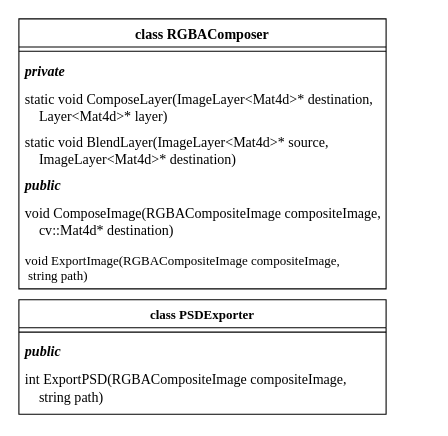
SpatiumOwl/ComplexSky-2.0 keeps this draw.io diagram as page "Exporters" (7 of 8) of Docs/Class diagrams.drawio. Above is the earlier version. Source tidied: cells renumbered, new cells numbered last; positions are measured from the earlier drawing's top-left corner, leaving out a move shared by most shapes. Both pictures are drawn from the tidied source at 108%, with x=0, y=0 at pixel (18, 18).
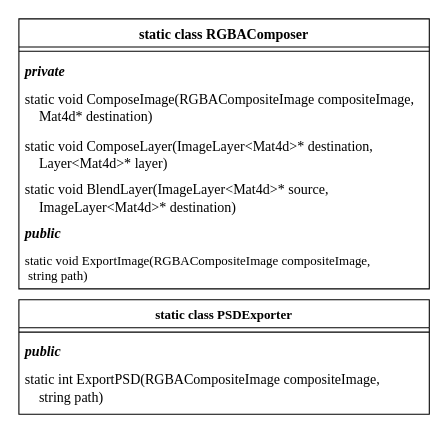
After the change.

Diff of the diagram source:
```diff
@@
 <mxGraphModel>
   <root>
     <mxCell id="0" />
     <mxCell id="1" parent="0" />
-    <mxCell id="2" value="class RGBAComposer" style="swimlane;fontStyle=1;align=center;verticalAlign=top;horizontal=1;startSize=26;fontFamily=Times New Roman;fontSize=13;" parent="1" vertex="1">
-      <mxGeometry width="340" height="250" as="geometry" />
+    <mxCell id="2" value="static class RGBAComposer" style="swimlane;fontStyle=1;align=center;verticalAlign=top;horizontal=1;startSize=26;fontFamily=Times New Roman;fontSize=13;" parent="1" vertex="1">
+      <mxGeometry width="380" height="250" as="geometry" />
     </mxCell>
     <mxCell id="3" style="line;strokeWidth=1;fillColor=none;align=left;verticalAlign=middle;spacingTop=-1;spacingLeft=3;spacingRight=3;labelPosition=right;fontFamily=Times New Roman;fontSize=13;" parent="2" vertex="1">
-      <mxGeometry y="26" width="340" height="8" as="geometry" />
+      <mxGeometry y="26" width="380" height="8" as="geometry" />
     </mxCell>
     <mxCell id="4" value="private" style="text;strokeColor=none;fillColor=none;align=left;verticalAlign=top;spacingLeft=4;spacingRight=4;overflow=hidden;fontStyle=3;fontFamily=Times New Roman;fontSize=13;" parent="2" vertex="1">
-      <mxGeometry y="34" width="340" height="26" as="geometry" />
+      <mxGeometry y="34" width="380" height="26" as="geometry" />
     </mxCell>
+    <mxCell id="8" value="static void ComposeImage(RGBACompositeImage compositeImage,&#10;    Mat4d* destination)" style="text;strokeColor=none;fillColor=none;align=left;verticalAlign=top;spacingLeft=4;spacingRight=4;overflow=hidden;fontFamily=Times New Roman;fontSize=13;" parent="2" vertex="1">
+      <mxGeometry y="60" width="380" height="44" as="geometry" />
+    </mxCell>
     <mxCell id="5" value="static void ComposeLayer(ImageLayer&lt;Mat4d&gt;* destination, &#10;    Layer&lt;Mat4d&gt;* layer)" style="text;strokeColor=none;fillColor=none;align=left;verticalAlign=top;spacingLeft=4;spacingRight=4;overflow=hidden;fontFamily=Times New Roman;fontSize=13;" parent="2" vertex="1">
-      <mxGeometry y="60" width="340" height="40" as="geometry" />
+      <mxGeometry y="104" width="380" height="40" as="geometry" />
     </mxCell>
     <mxCell id="6" value="static void BlendLayer(ImageLayer&lt;Mat4d&gt;* source, &#10;    ImageLayer&lt;Mat4d&gt;* destination)" style="text;strokeColor=none;fillColor=none;align=left;verticalAlign=top;spacingLeft=4;spacingRight=4;overflow=hidden;fontFamily=Times New Roman;fontSize=13;" parent="2" vertex="1">
-      <mxGeometry y="100" width="340" height="40" as="geometry" />
+      <mxGeometry y="144" width="380" height="40" as="geometry" />
     </mxCell>
     <mxCell id="7" value="public" style="text;strokeColor=none;fillColor=none;align=left;verticalAlign=top;spacingLeft=4;spacingRight=4;overflow=hidden;fontStyle=3;fontFamily=Times New Roman;fontSize=13;" parent="2" vertex="1">
-      <mxGeometry y="140" width="340" height="26" as="geometry" />
+      <mxGeometry y="184" width="380" height="26" as="geometry" />
     </mxCell>
-    <mxCell id="8" value="void ComposeImage(RGBACompositeImage compositeImage,&#10;    cv::Mat4d* destination)" style="text;strokeColor=none;fillColor=none;align=left;verticalAlign=top;spacingLeft=4;spacingRight=4;overflow=hidden;fontFamily=Times New Roman;fontSize=13;" parent="2" vertex="1">
-      <mxGeometry y="166" width="340" height="44" as="geometry" />
-    </mxCell>
-    <mxCell id="9" value="void ExportImage(RGBACompositeImage compositeImage,&lt;br&gt;&lt;span style=&quot;white-space: pre;&quot;&gt; &lt;/span&gt;string path)" style="text;strokeColor=none;fillColor=none;align=left;verticalAlign=top;spacingLeft=4;spacingRight=4;overflow=hidden;whiteSpace=wrap;html=1;fontFamily=Times New Roman;" parent="2" vertex="1">
-      <mxGeometry y="210" width="340" height="40" as="geometry" />
+    <mxCell id="9" value="static void ExportImage(RGBACompositeImage compositeImage, &lt;br&gt;&lt;span style=&quot;white-space: pre;&quot;&gt; &lt;/span&gt;string path)" style="text;strokeColor=none;fillColor=none;align=left;verticalAlign=top;spacingLeft=4;spacingRight=4;overflow=hidden;whiteSpace=wrap;html=1;fontFamily=Times New Roman;" parent="2" vertex="1">
+      <mxGeometry y="210" width="380" height="40" as="geometry" />
     </mxCell>
-    <mxCell id="10" value="class PSDExporter" style="swimlane;fontStyle=1;align=center;verticalAlign=top;horizontal=1;startSize=26;whiteSpace=wrap;html=1;fontFamily=Times New Roman;" parent="1" vertex="1">
-      <mxGeometry y="260" width="340" height="106" as="geometry" />
+    <mxCell id="10" value="static class PSDExporter" style="swimlane;fontStyle=1;align=center;verticalAlign=top;horizontal=1;startSize=26;whiteSpace=wrap;html=1;fontFamily=Times New Roman;" parent="1" vertex="1">
+      <mxGeometry y="260" width="380" height="106" as="geometry" />
     </mxCell>
     <mxCell id="11" style="line;strokeWidth=1;fillColor=none;align=left;verticalAlign=middle;spacingTop=-1;spacingLeft=3;spacingRight=3;labelPosition=right;strokeColor=inherit;" parent="10" vertex="1">
-      <mxGeometry y="26" width="340" height="8" as="geometry" />
+      <mxGeometry y="26" width="380" height="8" as="geometry" />
     </mxCell>
     <mxCell id="12" value="public" style="text;strokeColor=none;fillColor=none;align=left;verticalAlign=top;spacingLeft=4;spacingRight=4;overflow=hidden;fontStyle=3;fontFamily=Times New Roman;fontSize=13;" parent="10" vertex="1">
-      <mxGeometry y="34" width="340" height="26" as="geometry" />
+      <mxGeometry y="34" width="380" height="26" as="geometry" />
     </mxCell>
-    <mxCell id="13" value="int ExportPSD(RGBACompositeImage compositeImage, &#10;    string path)" style="text;strokeColor=none;fillColor=none;align=left;verticalAlign=top;spacingLeft=4;spacingRight=4;overflow=hidden;fontFamily=Times New Roman;fontSize=13;" parent="10" vertex="1">
-      <mxGeometry y="60" width="340" height="46" as="geometry" />
+    <mxCell id="13" value="static int ExportPSD(RGBACompositeImage compositeImage, &#10;    string path)" style="text;strokeColor=none;fillColor=none;align=left;verticalAlign=top;spacingLeft=4;spacingRight=4;overflow=hidden;fontFamily=Times New Roman;fontSize=13;" parent="10" vertex="1">
+      <mxGeometry y="60" width="380" height="46" as="geometry" />
     </mxCell>
   </root>
 </mxGraphModel>
```
